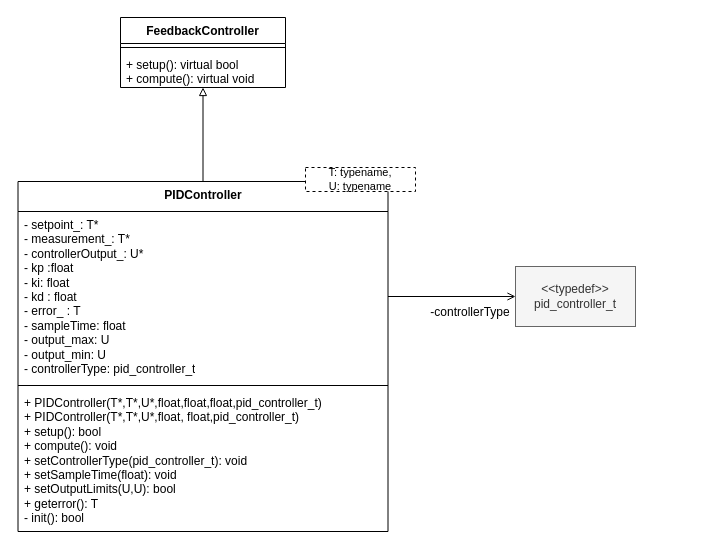
The draw.io diagram Diagrams/UML/Error UML.drawio in mekuro9/PWAO-CSU, before the edit. Source tidied: cells renumbered, new cells numbered last; positions are measured from the earlier drawing's top-left corner, leaving out a move shared by most shapes. Both pictures are drawn from the tidied source at 100%, with x=0, y=0 at pixel (17, 17).
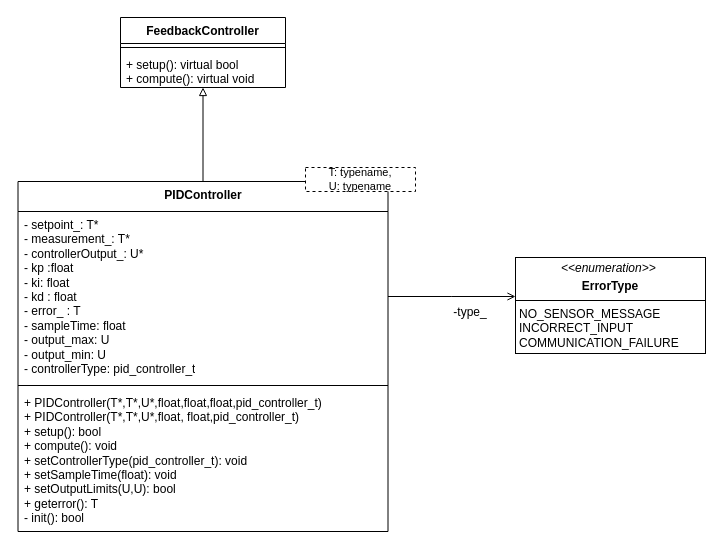
Above is the later version.

Change to the diagram source:
```diff
@@
 <mxGraphModel>
   <root>
     <mxCell id="0" />
     <mxCell id="1" parent="0" />
     <mxCell id="2" value="FeedbackController" style="swimlane;fontStyle=1;align=center;verticalAlign=top;horizontal=1;startSize=26;whiteSpace=wrap;html=1;" parent="1" vertex="1">
       <mxGeometry x="103" width="165" height="70" as="geometry" />
     </mxCell>
     <mxCell id="3" style="line;strokeWidth=1;fillColor=none;align=left;verticalAlign=middle;spacingTop=-1;spacingLeft=3;spacingRight=3;labelPosition=right;strokeColor=inherit;" parent="2" vertex="1">
       <mxGeometry y="26" width="165" height="8" as="geometry" />
     </mxCell>
     <mxCell id="4" value="&lt;div&gt;+ setup(): virtual bool&lt;/div&gt;&lt;div&gt;+ compute(): virtual void&lt;br&gt;&lt;/div&gt;" style="text;strokeColor=none;fillColor=none;align=left;verticalAlign=top;spacingLeft=4;spacingRight=4;overflow=hidden;whiteSpace=wrap;html=1;" parent="2" vertex="1">
       <mxGeometry y="34" width="165" height="36" as="geometry" />
     </mxCell>
     <mxCell id="5" style="edgeStyle=orthogonalEdgeStyle;rounded=0;jettySize=auto;html=1;endArrow=block;endFill=0;" parent="1" edge="1" source="6" target="2">
       <mxGeometry relative="1" as="geometry" />
     </mxCell>
     <mxCell id="6" value="PIDController" style="swimlane;fontStyle=1;align=center;verticalAlign=top;horizontal=1;startSize=30;whiteSpace=wrap;html=1;" parent="1" vertex="1">
       <mxGeometry x="0.5" y="164" width="370" height="350" as="geometry" />
     </mxCell>
     <mxCell id="7" value="&lt;div&gt;- setpoint_: T*&lt;/div&gt;&lt;div&gt;- measurement_: T*&lt;/div&gt;&lt;div&gt;- controllerOutput_: U*&lt;/div&gt;&lt;div&gt;- kp :float&lt;/div&gt;&lt;div&gt;- ki: float&lt;/div&gt;&lt;div&gt;- kd : float&lt;/div&gt;&lt;div&gt;- error_ : T&lt;/div&gt;&lt;div&gt;- sampleTime: float&lt;/div&gt;&lt;div&gt;- output_max: U&lt;br&gt;&lt;/div&gt;&lt;div&gt;- output_min: U&lt;/div&gt;&lt;div&gt;- controllerType: pid_controller_t&lt;br&gt;&lt;/div&gt;" style="text;strokeColor=none;fillColor=none;align=left;verticalAlign=top;spacingLeft=4;spacingRight=4;overflow=hidden;points=[[0,0.5],[1,0.5]];portConstraint=eastwest;whiteSpace=wrap;html=1;" parent="6" vertex="1">
       <mxGeometry y="30" width="370" height="170" as="geometry" />
     </mxCell>
     <mxCell id="8" style="line;strokeWidth=1;fillColor=none;align=left;verticalAlign=middle;spacingTop=-1;spacingLeft=3;spacingRight=3;labelPosition=right;strokeColor=inherit;" parent="6" vertex="1">
       <mxGeometry y="200" width="370" height="8" as="geometry" />
     </mxCell>
     <mxCell id="9" value="&lt;div&gt;+ PIDController(T*,T*,U*,float,float,float,pid_controller_t)&lt;/div&gt;&lt;div&gt;+ PIDController(T*,T*,U*,float, float,pid_controller_t)&lt;br&gt;&lt;/div&gt;&lt;div&gt;+ setup(): bool&lt;/div&gt;&lt;div&gt;+ compute(): void&lt;/div&gt;&lt;div&gt;+ setControllerType(pid_controller_t): void&lt;/div&gt;&lt;div&gt;+ setSampleTime(float): void&lt;br&gt;&lt;/div&gt;&lt;div&gt;+ setOutputLimits(U,U): bool&lt;/div&gt;&lt;div&gt;+ geterror(): T&lt;/div&gt;&lt;div&gt;- init(): bool &lt;br&gt;&lt;/div&gt;" style="text;strokeColor=none;fillColor=none;align=left;verticalAlign=top;spacingLeft=4;spacingRight=4;overflow=hidden;whiteSpace=wrap;html=1;" parent="6" vertex="1">
       <mxGeometry y="208" width="370" height="142" as="geometry" />
     </mxCell>
     <mxCell id="10" value="&lt;div style=&quot;font-size: 11px;&quot;&gt;&lt;font style=&quot;font-size: 11px;&quot;&gt;T: typename,&lt;/font&gt;&lt;/div&gt;&lt;div style=&quot;font-size: 11px;&quot;&gt;&lt;font style=&quot;font-size: 11px;&quot;&gt;U: typename&lt;b&gt;&lt;br&gt;&lt;/b&gt;&lt;/font&gt;&lt;/div&gt;" style="rounded=0;whiteSpace=wrap;html=1;dashed=1;" parent="1" vertex="1">
       <mxGeometry x="288" y="150" width="110" height="24" as="geometry" />
     </mxCell>
-    <mxCell id="11" value="&lt;div&gt;&amp;lt;&amp;lt;typedef&amp;gt;&amp;gt;&lt;/div&gt;&lt;div&gt;pid_controller_t&lt;br&gt;&lt;/div&gt;" style="rounded=0;whiteSpace=wrap;html=1;fillColor=#f5f5f5;strokeColor=#666666;fontColor=#333333;" parent="1" vertex="1">
-      <mxGeometry x="498" y="249" width="120" height="60" as="geometry" />
-    </mxCell>
-    <mxCell id="12" style="edgeStyle=orthogonalEdgeStyle;rounded=0;jettySize=auto;html=1;endArrow=open;endFill=0;" parent="1" edge="1" source="7" target="11">
-      <mxGeometry relative="1" as="geometry" />
+    <mxCell id="12" style="edgeStyle=orthogonalEdgeStyle;rounded=0;jettySize=auto;html=1;endArrow=open;endFill=0;" parent="1" edge="1" source="7">
+      <mxGeometry relative="1" as="geometry">
+        <mxPoint x="498" y="279" as="targetPoint" />
+      </mxGeometry>
     </mxCell>
-    <mxCell id="13" value="-controllerType" style="text;html=1;align=center;verticalAlign=middle;whiteSpace=wrap;rounded=0;" parent="1" vertex="1">
+    <mxCell id="13" value="-type_" style="text;html=1;align=center;verticalAlign=middle;whiteSpace=wrap;rounded=0;" parent="1" vertex="1">
       <mxGeometry x="408" y="280" width="90" height="30" as="geometry" />
     </mxCell>
+    <mxCell id="14" value="&lt;p style=&quot;margin:0px;margin-top:4px;text-align:center;&quot;&gt;&lt;i&gt;&amp;lt;&amp;lt;enumeration&amp;gt;&amp;gt;&lt;/i&gt;&lt;b&gt;&amp;nbsp;&lt;/b&gt;&lt;/p&gt;&lt;p style=&quot;margin:0px;margin-top:4px;text-align:center;&quot;&gt;&lt;b&gt;ErrorType&lt;/b&gt;&lt;br&gt;&lt;/p&gt;&lt;hr size=&quot;1&quot; style=&quot;border-style:solid;&quot;&gt;&lt;p style=&quot;margin:0px;margin-left:4px;&quot;&gt;NO_SENSOR_MESSAGE&lt;/p&gt;&lt;p style=&quot;margin:0px;margin-left:4px;&quot;&gt;INCORRECT_INPUT&lt;/p&gt;&lt;p style=&quot;margin:0px;margin-left:4px;&quot;&gt;COMMUNICATION_FAILURE&lt;br&gt;&lt;/p&gt;&lt;hr size=&quot;1&quot; style=&quot;border-style:solid;&quot;&gt;" style="verticalAlign=top;align=left;overflow=fill;html=1;whiteSpace=wrap;" parent="1" vertex="1">
+      <mxGeometry x="498" y="240" width="190" height="96" as="geometry" />
+    </mxCell>
   </root>
 </mxGraphModel>
```
